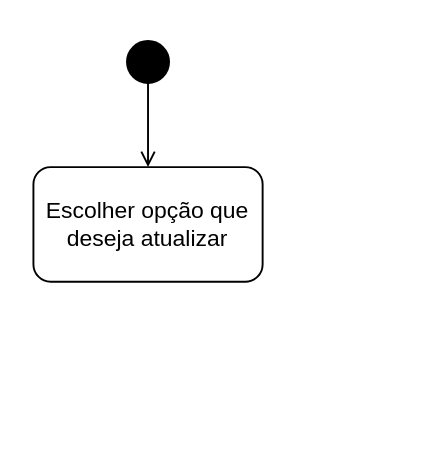
JudilenaGalvao/Projeto-POO keeps this draw.io diagram as Diagrama de atividade - Atualizar cadastro.drawio. Above is the earlier version. Source tidied: cells renumbered, new cells numbered last; positions are measured from the earlier drawing's top-left corner, leaving out a move shared by most shapes. Both pictures are drawn from the tidied source at 191%, with x=0, y=0 at pixel (32, 32).
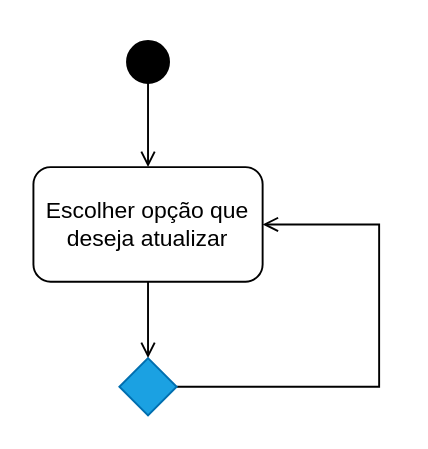
The same page after the edit.

The edit, as a diff of the source:
```diff
@@
 <mxGraphModel>
   <root>
     <mxCell id="0" />
     <mxCell id="1" parent="0" />
     <mxCell id="2" style="edgeStyle=orthogonalEdgeStyle;rounded=0;jettySize=auto;html=1;entryX=0.5;entryY=0;entryDx=0;entryDy=0;endArrow=open;endFill=0;exitX=0.5;exitY=0.8;exitDx=0;exitDy=0;exitPerimeter=0;" parent="1" edge="1" source="3" target="4">
       <mxGeometry relative="1" as="geometry" />
     </mxCell>
     <mxCell id="3" style="ellipse;html=1;shape=startState;fillColor=#000000;strokeColor=#000000;" parent="1" vertex="1">
       <mxGeometry x="45" width="30" height="30" as="geometry" />
     </mxCell>
+    <mxCell id="5" style="edgeStyle=orthogonalEdgeStyle;shape=connector;rounded=0;jettySize=auto;html=1;exitX=0.5;exitY=1;exitDx=0;exitDy=0;entryX=0.5;entryY=0;entryDx=0;entryDy=0;labelBackgroundColor=default;strokeColor=default;fontFamily=Helvetica;fontSize=11;fontColor=default;endArrow=open;endFill=0;" parent="1" edge="1" source="4" target="7">
+      <mxGeometry relative="1" as="geometry" />
+    </mxCell>
     <mxCell id="4" value="Escolher opção que deseja atualizar" style="rounded=1;whiteSpace=wrap;html=1;" parent="1" vertex="1">
       <mxGeometry y="70" width="120" height="60" as="geometry" />
     </mxCell>
+    <mxCell id="6" style="edgeStyle=orthogonalEdgeStyle;shape=connector;rounded=0;jettySize=auto;html=1;exitX=1;exitY=0.5;exitDx=0;exitDy=0;entryX=1;entryY=0.5;entryDx=0;entryDy=0;labelBackgroundColor=default;strokeColor=default;fontFamily=Helvetica;fontSize=11;fontColor=default;endArrow=open;endFill=0;" parent="1" edge="1" source="7" target="4">
+      <mxGeometry relative="1" as="geometry">
+        <Array as="points">
+          <mxPoint x="181" y="185" />
+          <mxPoint x="181" y="100" />
+        </Array>
+      </mxGeometry>
+    </mxCell>
+    <mxCell id="7" style="rhombus;whiteSpace=wrap;html=1;fillColor=#1ba1e2;strokeColor=#006EAF;fontColor=#ffffff;" parent="1" vertex="1">
+      <mxGeometry x="45" y="170" width="30" height="30" as="geometry" />
+    </mxCell>
   </root>
 </mxGraphModel>
```
